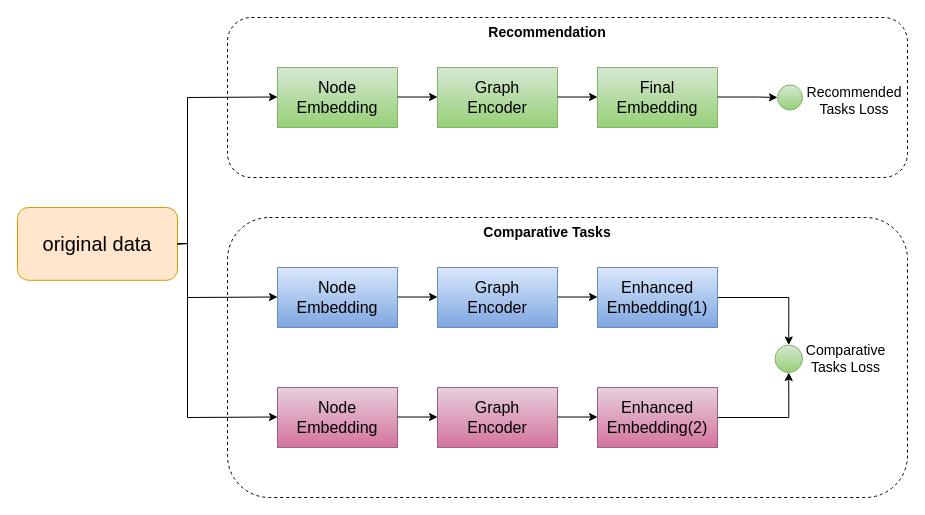
Before: IOFiles/CL_BCGC/传统图对比模型训练架构图.drawio in ChenLilStarie/DrawIoFiles, a draw.io diagram. Source tidied: cells renumbered, new cells numbered last; positions are measured from the earlier drawing's top-left corner, leaving out a move shared by most shapes. Both pictures are drawn from the tidied source at 100%, with x=0, y=0 at pixel (17, 17).
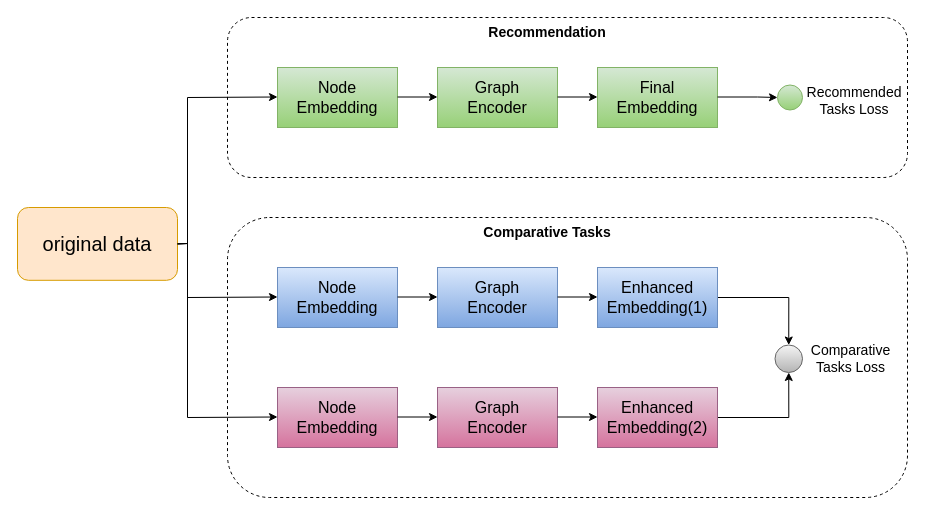
Above is the later version.

Commit message (it also covers changes not shown here):
更新传统图对比模型训练架构图.drawio

What changed in the source:
```diff
@@
-    <mxCell id="29" style="ellipse;whiteSpace=wrap;html=1;fillColor=#d5e8d4;strokeColor=#82b366;gradientColor=#97d077;" parent="1" vertex="1">
+    <mxCell id="29" style="ellipse;whiteSpace=wrap;html=1;fillColor=#f5f5f5;strokeColor=#666666;gradientColor=#b3b3b3;" parent="1" vertex="1">
       <mxGeometry x="757.5" y="327.5" width="27.5" height="27.5" as="geometry" />
     </mxCell>
     <mxCell id="30" value="&lt;font style=&quot;font-size: 14px;&quot;&gt;Comparative Tasks Loss&lt;/font&gt;" style="text;html=1;align=center;verticalAlign=middle;whiteSpace=wrap;rounded=0;" parent="1" vertex="1">
-      <mxGeometry x="770" y="326.2" width="117" height="30" as="geometry" />
+      <mxGeometry x="780" y="326.2" width="107" height="30" as="geometry" />
     </mxCell>
```
